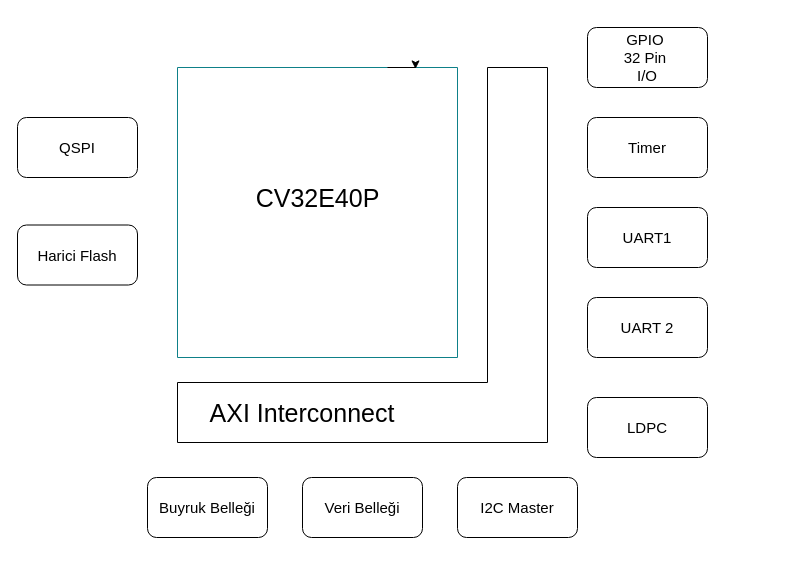
Earlier version of the draw.io diagram Başlıksız Diyagram.drawio (Fegell/Fegell). Source tidied: cells renumbered, new cells numbered last; positions are measured from the earlier drawing's top-left corner, leaving out a move shared by most shapes. Both pictures are drawn from the tidied source at 100%, with x=0, y=0 at pixel (17, 27).
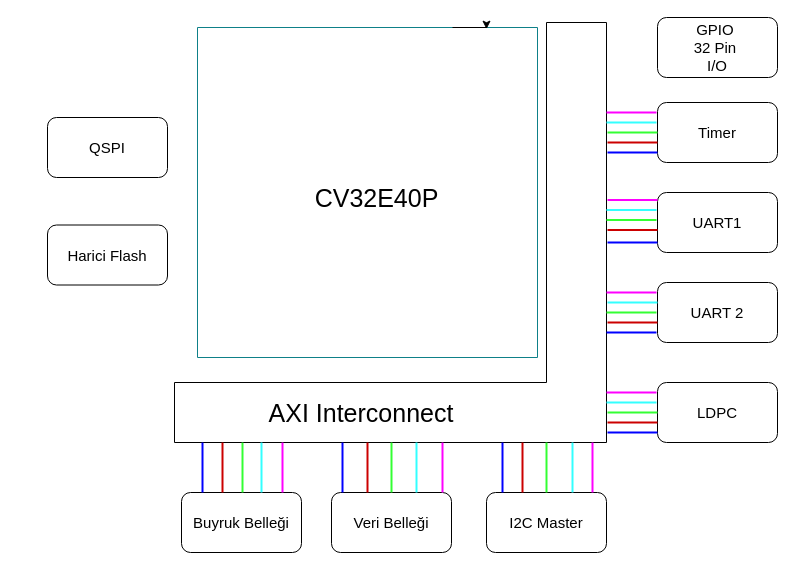
After the change.

What changed in the source:
```diff
@@
     <mxCell id="2" style="swimlane;startSize=0;fillColor=#b0e3e6;strokeColor=#0e8088;swimlaneFillColor=none;gradientDirection=east;" parent="1" vertex="1">
-      <mxGeometry x="160" y="40" width="280" height="290" as="geometry" />
+      <mxGeometry x="180" width="340" height="330" as="geometry" />
     </mxCell>
@@
     <mxCell id="4" style="shape=corner;whiteSpace=wrap;html=1;rotation=-180;dx=60;dy=60;" parent="1" vertex="1">
-      <mxGeometry x="160" y="40" width="370" height="375" as="geometry" />
+      <mxGeometry x="157" y="-5" width="432" height="420" as="geometry" />
     </mxCell>
     <mxCell id="5" value="QSPI" style="rounded=1;whiteSpace=wrap;html=1;fontSize=15;" parent="1" vertex="1">
-      <mxGeometry y="90" width="120" height="60" as="geometry" />
+      <mxGeometry x="30" y="90" width="120" height="60" as="geometry" />
     </mxCell>
     <mxCell id="6" value="Harici Flash" style="rounded=1;whiteSpace=wrap;html=1;fontSize=15;" parent="1" vertex="1">
-      <mxGeometry y="197.5" width="120" height="60" as="geometry" />
+      <mxGeometry x="30" y="197.5" width="120" height="60" as="geometry" />
     </mxCell>
     <mxCell id="7" value="GPIO&amp;nbsp;&lt;div&gt;32 Pin&amp;nbsp;&lt;/div&gt;&lt;div&gt;I/O&lt;/div&gt;" style="rounded=1;whiteSpace=wrap;html=1;fontSize=15;" parent="1" vertex="1">
-      <mxGeometry x="570" width="120" height="60" as="geometry" />
+      <mxGeometry x="640" y="-10" width="120" height="60" as="geometry" />
     </mxCell>
     <mxCell id="8" value="Timer" style="rounded=1;whiteSpace=wrap;html=1;fontSize=15;" parent="1" vertex="1">
-      <mxGeometry x="570" y="90" width="120" height="60" as="geometry" />
+      <mxGeometry x="640" y="75" width="120" height="60" as="geometry" />
     </mxCell>
     <mxCell id="9" value="UART1" style="rounded=1;whiteSpace=wrap;html=1;fontSize=15;" parent="1" vertex="1">
-      <mxGeometry x="570" y="180" width="120" height="60" as="geometry" />
+      <mxGeometry x="640" y="165" width="120" height="60" as="geometry" />
     </mxCell>
     <mxCell id="10" value="UART 2" style="rounded=1;whiteSpace=wrap;html=1;fontSize=15;" parent="1" vertex="1">
-      <mxGeometry x="570" y="270" width="120" height="60" as="geometry" />
+      <mxGeometry x="640" y="255" width="120" height="60" as="geometry" />
     </mxCell>
     <mxCell id="11" value="LDPC" style="rounded=1;whiteSpace=wrap;html=1;fontSize=15;" parent="1" vertex="1">
-      <mxGeometry x="570" y="370" width="120" height="60" as="geometry" />
+      <mxGeometry x="640" y="355" width="120" height="60" as="geometry" />
     </mxCell>
     <mxCell id="12" value="Buyruk Belleği" style="rounded=1;whiteSpace=wrap;html=1;fontSize=15;" parent="1" vertex="1">
-      <mxGeometry x="130" y="450" width="120" height="60" as="geometry" />
+      <mxGeometry x="164" y="465" width="120" height="60" as="geometry" />
     </mxCell>
     <mxCell id="13" value="Veri Belleği" style="rounded=1;whiteSpace=wrap;html=1;fontSize=15;" parent="1" vertex="1">
-      <mxGeometry x="285" y="450" width="120" height="60" as="geometry" />
+      <mxGeometry x="314" y="465" width="120" height="60" as="geometry" />
     </mxCell>
     <mxCell id="14" value="I2C Master" style="rounded=1;whiteSpace=wrap;html=1;fontSize=15;" parent="1" vertex="1">
-      <mxGeometry x="440" y="450" width="120" height="60" as="geometry" />
+      <mxGeometry x="469" y="465" width="120" height="60" as="geometry" />
     </mxCell>
     <mxCell id="15" value="CV32E40P" style="text;html=1;align=center;verticalAlign=middle;strokeColor=none;fillColor=none;fontSize=25;" parent="1" vertex="1">
-      <mxGeometry x="225" y="150" width="150" height="40" as="geometry" />
+      <mxGeometry x="284" y="150" width="150" height="40" as="geometry" />
     </mxCell>
     <mxCell id="16" value="AXI Interconnect" style="text;strokeColor=none;align=center;fillColor=none;html=1;verticalAlign=middle;whiteSpace=wrap;rounded=0;fontSize=25;" parent="1" vertex="1">
-      <mxGeometry x="190" y="370" width="190" height="30" as="geometry" />
+      <mxGeometry x="249" y="370" width="190" height="30" as="geometry" />
     </mxCell>
+    <mxCell id="17" style="line;strokeWidth=2;direction=south;html=1;fontColor=#000080;labelBorderColor=#0000FF;textOpacity=60;strokeColor=#0000FF;" parent="1" vertex="1">
+      <mxGeometry x="180" y="415" width="10" height="50" as="geometry" />
+    </mxCell>
+    <mxCell id="18" style="line;strokeWidth=2;direction=south;html=1;fontColor=#000080;labelBorderColor=#0000FF;textOpacity=60;strokeColor=#CC0000;" parent="1" vertex="1">
+      <mxGeometry x="200" y="415" width="10" height="50" as="geometry" />
+    </mxCell>
+    <mxCell id="19" style="line;strokeWidth=2;direction=south;html=1;fontColor=#000080;labelBorderColor=#0000FF;textOpacity=60;strokeColor=#33FF33;" parent="1" vertex="1">
+      <mxGeometry x="220" y="415" width="10" height="50" as="geometry" />
+    </mxCell>
+    <mxCell id="20" style="line;strokeWidth=2;direction=south;html=1;fontColor=#000080;labelBorderColor=#0000FF;textOpacity=60;strokeColor=#33FFFF;" parent="1" vertex="1">
+      <mxGeometry x="239" y="415" width="10" height="50" as="geometry" />
+    </mxCell>
+    <mxCell id="21" style="line;strokeWidth=2;direction=south;html=1;fontColor=#000080;labelBorderColor=#0000FF;textOpacity=60;strokeColor=#FF00FF;" parent="1" vertex="1">
+      <mxGeometry x="260" y="415" width="10" height="50" as="geometry" />
+    </mxCell>
+    <mxCell id="22" style="line;strokeWidth=2;direction=south;html=1;fontColor=#000080;labelBorderColor=#0000FF;textOpacity=60;strokeColor=#0000FF;" parent="1" vertex="1">
+      <mxGeometry x="320" y="415" width="10" height="50" as="geometry" />
+    </mxCell>
+    <mxCell id="23" style="line;strokeWidth=2;direction=south;html=1;fontColor=#000080;labelBorderColor=#0000FF;textOpacity=60;strokeColor=#CC0000;" parent="1" vertex="1">
+      <mxGeometry x="345" y="415" width="10" height="50" as="geometry" />
+    </mxCell>
+    <mxCell id="24" style="line;strokeWidth=2;direction=south;html=1;fontColor=#000080;labelBorderColor=#0000FF;textOpacity=60;strokeColor=#33FF33;" parent="1" vertex="1">
+      <mxGeometry x="369" y="415" width="10" height="50" as="geometry" />
+    </mxCell>
+    <mxCell id="25" style="line;strokeWidth=2;direction=south;html=1;fontColor=#000080;labelBorderColor=#0000FF;textOpacity=60;strokeColor=#33FFFF;" parent="1" vertex="1">
+      <mxGeometry x="394" y="415" width="10" height="50" as="geometry" />
+    </mxCell>
+    <mxCell id="26" style="line;strokeWidth=2;direction=south;html=1;fontColor=#000080;labelBorderColor=#0000FF;textOpacity=60;strokeColor=#FF00FF;" parent="1" vertex="1">
+      <mxGeometry x="420" y="415" width="10" height="50" as="geometry" />
+    </mxCell>
+    <mxCell id="27" style="line;strokeWidth=2;direction=south;html=1;fontColor=#000080;labelBorderColor=#0000FF;textOpacity=60;strokeColor=#0000FF;" parent="1" vertex="1">
+      <mxGeometry x="480" y="415" width="10" height="50" as="geometry" />
+    </mxCell>
+    <mxCell id="28" style="line;strokeWidth=2;direction=south;html=1;fontColor=#000080;labelBorderColor=#0000FF;textOpacity=60;strokeColor=#33FF33;" parent="1" vertex="1">
+      <mxGeometry x="524" y="415" width="10" height="50" as="geometry" />
+    </mxCell>
+    <mxCell id="29" style="line;strokeWidth=2;direction=south;html=1;fontColor=#000080;labelBorderColor=#0000FF;textOpacity=60;strokeColor=#33FFFF;" parent="1" vertex="1">
+      <mxGeometry x="550" y="415" width="10" height="50" as="geometry" />
+    </mxCell>
+    <mxCell id="30" style="line;strokeWidth=2;direction=south;html=1;fontColor=#000080;labelBorderColor=#0000FF;textOpacity=60;strokeColor=#FF00FF;" parent="1" vertex="1">
+      <mxGeometry x="570" y="415" width="10" height="50" as="geometry" />
+    </mxCell>
+    <mxCell id="31" style="line;strokeWidth=2;direction=south;html=1;fontColor=#000080;labelBorderColor=#0000FF;textOpacity=60;strokeColor=#CC0000;" parent="1" vertex="1">
+      <mxGeometry x="500" y="415" width="10" height="50" as="geometry" />
+    </mxCell>
+    <mxCell id="32" style="line;strokeWidth=2;html=1;strokeColor=#FF00FF;" parent="1" vertex="1">
+      <mxGeometry x="589" y="360" width="50" height="10" as="geometry" />
+    </mxCell>
+    <mxCell id="33" style="line;strokeWidth=2;html=1;strokeColor=#33FFFF;" parent="1" vertex="1">
+      <mxGeometry x="589" y="370" width="50" height="10" as="geometry" />
+    </mxCell>
+    <mxCell id="34" style="line;strokeWidth=2;html=1;strokeColor=#33FF33;" parent="1" vertex="1">
+      <mxGeometry x="590" y="380" width="50" height="10" as="geometry" />
+    </mxCell>
+    <mxCell id="35" style="line;strokeWidth=2;html=1;strokeColor=#CC0000;" parent="1" vertex="1">
+      <mxGeometry x="590" y="390" width="50" height="10" as="geometry" />
+    </mxCell>
+    <mxCell id="36" style="line;strokeWidth=2;html=1;strokeColor=#0000FF;" parent="1" vertex="1">
+      <mxGeometry x="590" y="400" width="50" height="10" as="geometry" />
+    </mxCell>
+    <mxCell id="37" style="line;strokeWidth=2;html=1;strokeColor=#FF00FF;" parent="1" vertex="1">
+      <mxGeometry x="589" y="260" width="50" height="10" as="geometry" />
+    </mxCell>
+    <mxCell id="38" style="line;strokeWidth=2;html=1;strokeColor=#33FFFF;" parent="1" vertex="1">
+      <mxGeometry x="590" y="270" width="50" height="10" as="geometry" />
+    </mxCell>
+    <mxCell id="39" style="line;strokeWidth=2;html=1;strokeColor=#33FF33;" parent="1" vertex="1">
+      <mxGeometry x="589" y="280" width="50" height="10" as="geometry" />
+    </mxCell>
+    <mxCell id="40" style="line;strokeWidth=2;html=1;strokeColor=#CC0000;" parent="1" vertex="1">
+      <mxGeometry x="590" y="290" width="50" height="10" as="geometry" />
+    </mxCell>
+    <mxCell id="41" style="line;strokeWidth=2;html=1;strokeColor=#0000FF;" parent="1" vertex="1">
+      <mxGeometry x="589" y="300" width="50" height="10" as="geometry" />
+    </mxCell>
+    <mxCell id="42" style="line;strokeWidth=2;html=1;strokeColor=#0000FF;" parent="1" vertex="1">
+      <mxGeometry x="590" y="210" width="50" height="10" as="geometry" />
+    </mxCell>
+    <mxCell id="43" style="line;strokeWidth=2;html=1;strokeColor=#CC0000;" parent="1" vertex="1">
+      <mxGeometry x="590" y="197.5" width="50" height="10" as="geometry" />
+    </mxCell>
+    <mxCell id="44" style="line;strokeWidth=2;html=1;strokeColor=#33FF33;" parent="1" vertex="1">
+      <mxGeometry x="589" y="187.5" width="50" height="10" as="geometry" />
+    </mxCell>
+    <mxCell id="45" style="line;strokeWidth=2;html=1;strokeColor=#33FFFF;" parent="1" vertex="1">
+      <mxGeometry x="589" y="177.5" width="50" height="10" as="geometry" />
+    </mxCell>
+    <mxCell id="46" style="line;strokeWidth=2;html=1;strokeColor=#FF00FF;" parent="1" vertex="1">
+      <mxGeometry x="590" y="167.5" width="50" height="10" as="geometry" />
+    </mxCell>
+    <mxCell id="47" style="line;strokeWidth=2;html=1;strokeColor=#0000FF;" parent="1" vertex="1">
+      <mxGeometry x="590" y="120" width="50" height="10" as="geometry" />
+    </mxCell>
+    <mxCell id="48" style="line;strokeWidth=2;html=1;strokeColor=#CC0000;" parent="1" vertex="1">
+      <mxGeometry x="590" y="110" width="50" height="10" as="geometry" />
+    </mxCell>
+    <mxCell id="49" style="line;strokeWidth=2;html=1;strokeColor=#33FF33;" parent="1" vertex="1">
+      <mxGeometry x="590" y="100" width="50" height="10" as="geometry" />
+    </mxCell>
+    <mxCell id="50" style="line;strokeWidth=2;html=1;strokeColor=#33FFFF;" parent="1" vertex="1">
+      <mxGeometry x="589" y="90" width="50" height="10" as="geometry" />
+    </mxCell>
+    <mxCell id="51" style="line;strokeWidth=2;html=1;strokeColor=#FF00FF;" parent="1" vertex="1">
+      <mxGeometry x="589" y="80" width="50" height="10" as="geometry" />
+    </mxCell>
```
